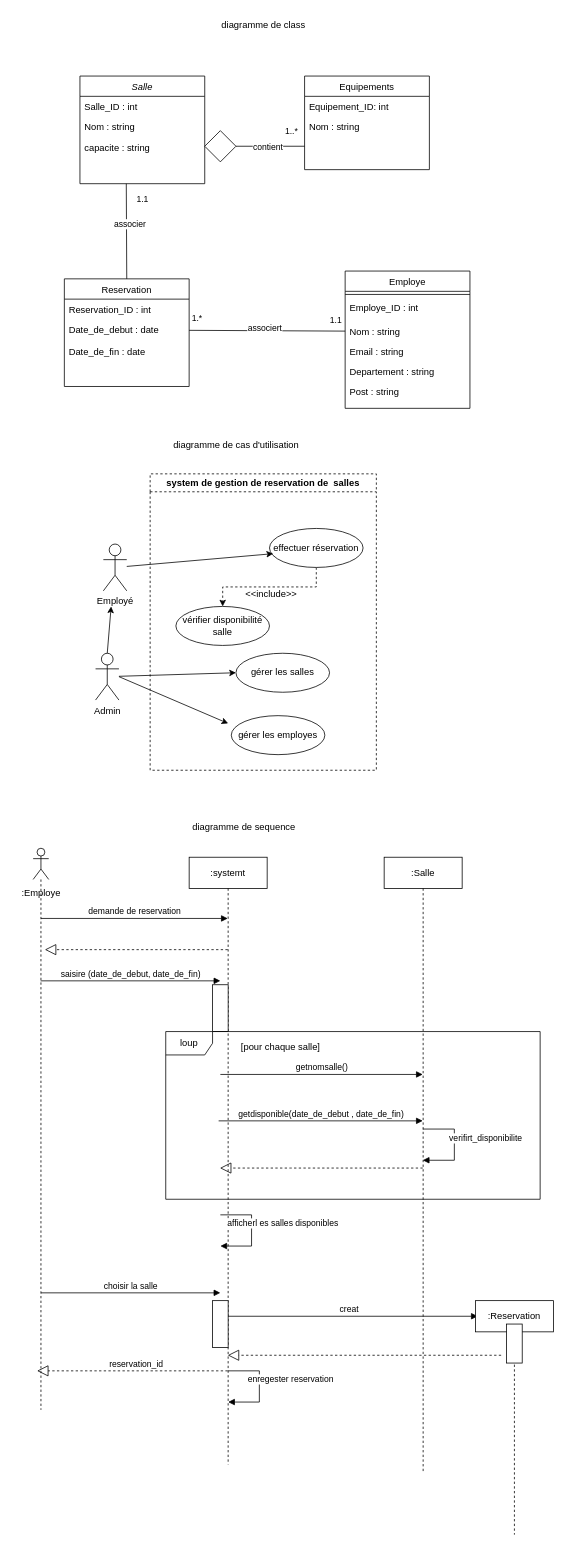
Above: Diagramme sans nom.drawio in Fatiroot/Bookify (draw.io), before the change. Source tidied: cells renumbered, new cells numbered last; positions are measured from the earlier drawing's top-left corner, leaving out a move shared by most shapes. Both pictures are drawn from the tidied source at 78%, with x=0, y=0 at pixel (13, 13).
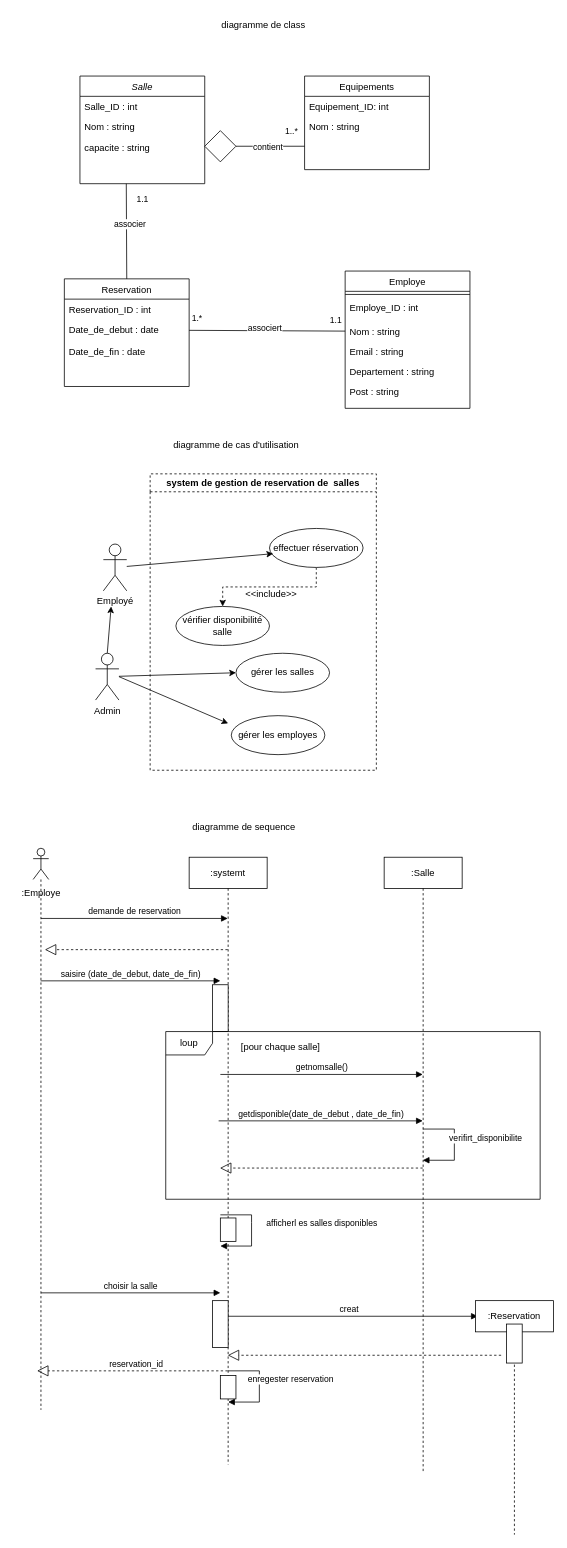
The same page after the edit.

Commit message:
Mettre à jour Diagramme de classe , cas d'utilisation et de séquence

Change to the diagram source:
```diff
@@
     <mxCell id="56" value="afficherl es salles disponibles" style="html=1;verticalAlign=bottom;endArrow=block;curved=0;rounded=0;" parent="1" edge="1">
-      <mxGeometry y="40" relative="1" as="geometry">
+      <mxGeometry y="90" relative="1" as="geometry">
         <mxPoint x="265" y="1540" as="sourcePoint" />
         <mxPoint x="265" y="1580" as="targetPoint" />
         <Array as="points">
           <mxPoint x="305" y="1540" />
           <mxPoint x="305" y="1550" />
           <mxPoint x="305" y="1580" />
           <mxPoint x="275" y="1580" />
         </Array>
       </mxGeometry>
     </mxCell>
@@
+    <mxCell id="71" style="rounded=0;whiteSpace=wrap;html=1;" parent="1" vertex="1">
+      <mxGeometry x="265" y="1746" width="20" height="30" as="geometry" />
+    </mxCell>
+    <mxCell id="72" style="rounded=0;whiteSpace=wrap;html=1;" parent="1" vertex="1">
+      <mxGeometry x="265" y="1544" width="20" height="30" as="geometry" />
+    </mxCell>
```
